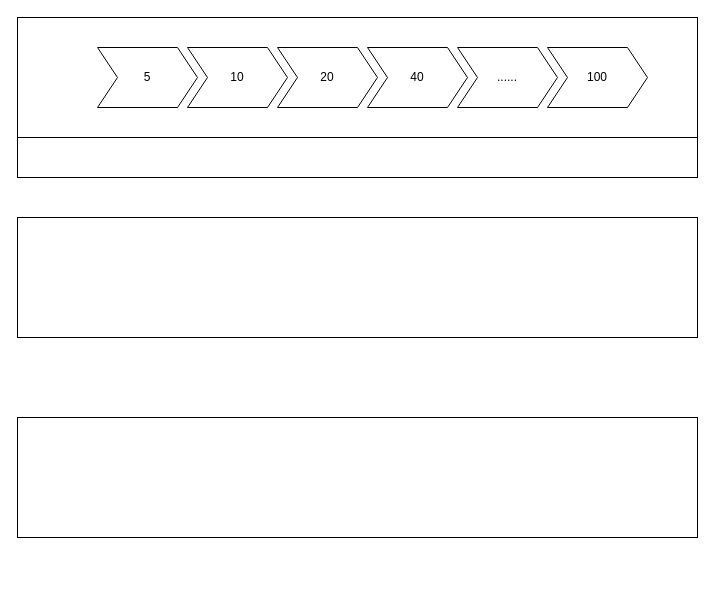
Before: 低代码—目标.drawio in tangyaosimida/love, a draw.io diagram. Source tidied: cells renumbered, new cells numbered last; positions are measured from the earlier drawing's top-left corner, leaving out a move shared by most shapes. Both pictures are drawn from the tidied source at 100%, with x=0, y=0 at pixel (17, 17).
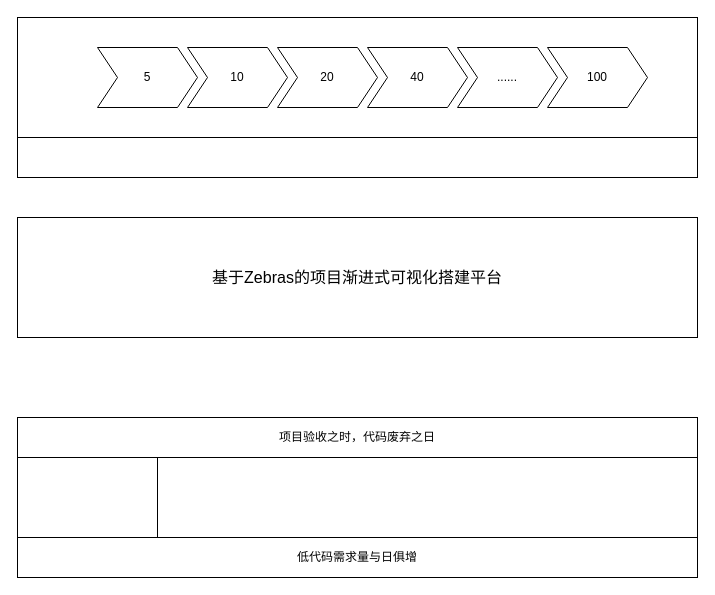
After the change.

Commit message (it also covers changes not shown here):
更新低代码—目标.drawio

Diff of the diagram source:
```diff
@@
 <mxGraphModel>
   <root>
     <mxCell id="0" />
     <mxCell id="1" parent="0" />
     <mxCell id="2" style="rounded=0;whiteSpace=wrap;html=1;" parent="1" vertex="1">
       <mxGeometry y="400" width="680" height="120" as="geometry" />
     </mxCell>
-    <mxCell id="3" style="rounded=0;whiteSpace=wrap;html=1;" parent="1" vertex="1">
+    <mxCell id="3" value="&lt;font style=&quot;font-size: 16px;&quot;&gt;基于Zebras的项目渐进式可视化搭建平台&lt;/font&gt;" style="rounded=0;whiteSpace=wrap;html=1;" parent="1" vertex="1">
       <mxGeometry y="200" width="680" height="120" as="geometry" />
     </mxCell>
     <mxCell id="4" style="rounded=0;whiteSpace=wrap;html=1;" parent="1" vertex="1">
       <mxGeometry width="680" height="120" as="geometry" />
     </mxCell>
     <mxCell id="5" value="5" style="shape=step;perimeter=stepPerimeter;whiteSpace=wrap;html=1;fixedSize=1;" parent="1" vertex="1">
       <mxGeometry x="80" y="30" width="100" height="60" as="geometry" />
     </mxCell>
     <mxCell id="6" value="10" style="shape=step;perimeter=stepPerimeter;whiteSpace=wrap;html=1;fixedSize=1;" parent="1" vertex="1">
       <mxGeometry x="170" y="30" width="100" height="60" as="geometry" />
     </mxCell>
     <mxCell id="7" value="20" style="shape=step;perimeter=stepPerimeter;whiteSpace=wrap;html=1;fixedSize=1;" parent="1" vertex="1">
       <mxGeometry x="260" y="30" width="100" height="60" as="geometry" />
     </mxCell>
     <mxCell id="8" value="40" style="shape=step;perimeter=stepPerimeter;whiteSpace=wrap;html=1;fixedSize=1;" parent="1" vertex="1">
       <mxGeometry x="350" y="30" width="100" height="60" as="geometry" />
     </mxCell>
     <mxCell id="9" value="......" style="shape=step;perimeter=stepPerimeter;whiteSpace=wrap;html=1;fixedSize=1;" parent="1" vertex="1">
       <mxGeometry x="440" y="30" width="100" height="60" as="geometry" />
     </mxCell>
     <mxCell id="10" value="100" style="shape=step;perimeter=stepPerimeter;whiteSpace=wrap;html=1;fixedSize=1;" parent="1" vertex="1">
       <mxGeometry x="530" y="30" width="100" height="60" as="geometry" />
     </mxCell>
     <mxCell id="11" style="rounded=0;whiteSpace=wrap;html=1;" parent="1" vertex="1">
       <mxGeometry y="120" width="680" height="40" as="geometry" />
     </mxCell>
+    <mxCell id="12" value="项目验收之时，代码废弃之日" style="rounded=0;whiteSpace=wrap;html=1;" parent="1" vertex="1">
+      <mxGeometry y="400" width="680" height="40" as="geometry" />
+    </mxCell>
+    <mxCell id="13" value="低代码需求量与日俱增" style="rounded=0;whiteSpace=wrap;html=1;" parent="1" vertex="1">
+      <mxGeometry y="520" width="680" height="40" as="geometry" />
+    </mxCell>
+    <mxCell id="14" style="rounded=0;whiteSpace=wrap;html=1;" parent="1" vertex="1">
+      <mxGeometry y="440" width="140" height="80" as="geometry" />
+    </mxCell>
   </root>
 </mxGraphModel>
```
